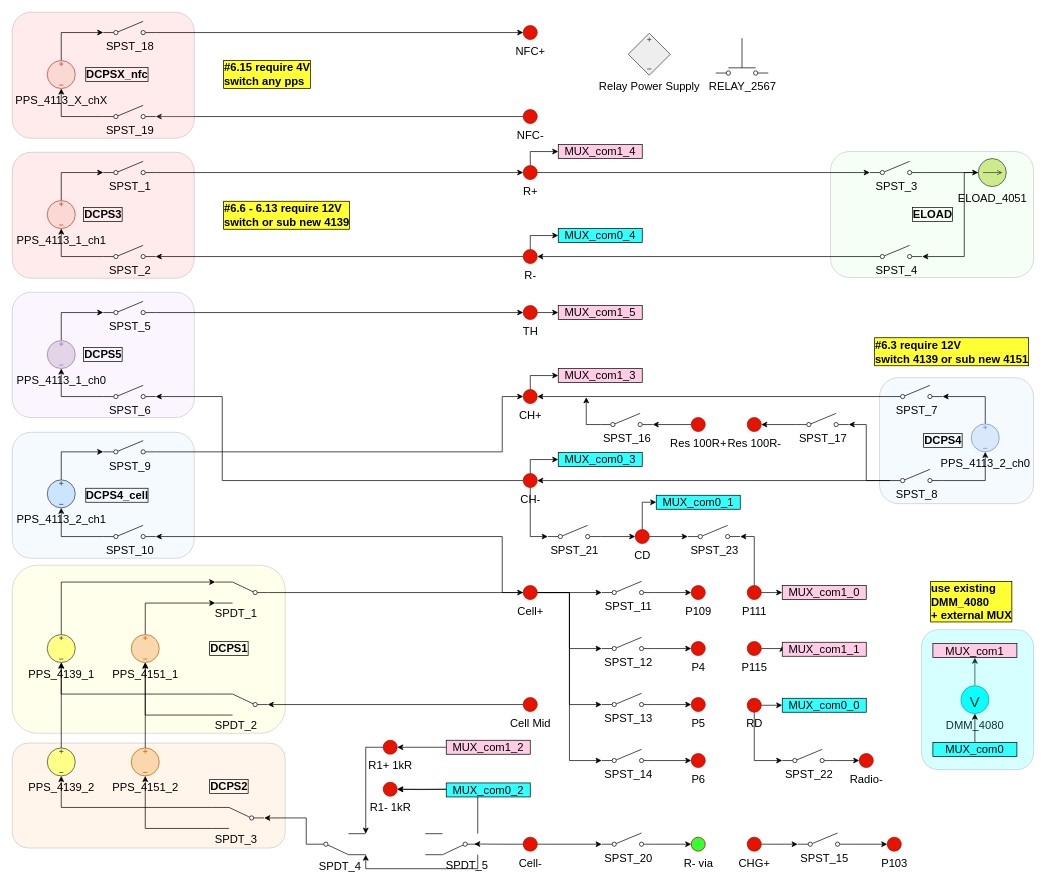
Before: BMS_device_B.drawio in ktlim-xy/draw-io, a draw.io diagram. Source tidied: cells renumbered, new cells numbered last; positions are measured from the earlier drawing's top-left corner, leaving out a move shared by most shapes. Both pictures are drawn from the tidied source at 70%, with x=0, y=0 at pixel (12, 12).
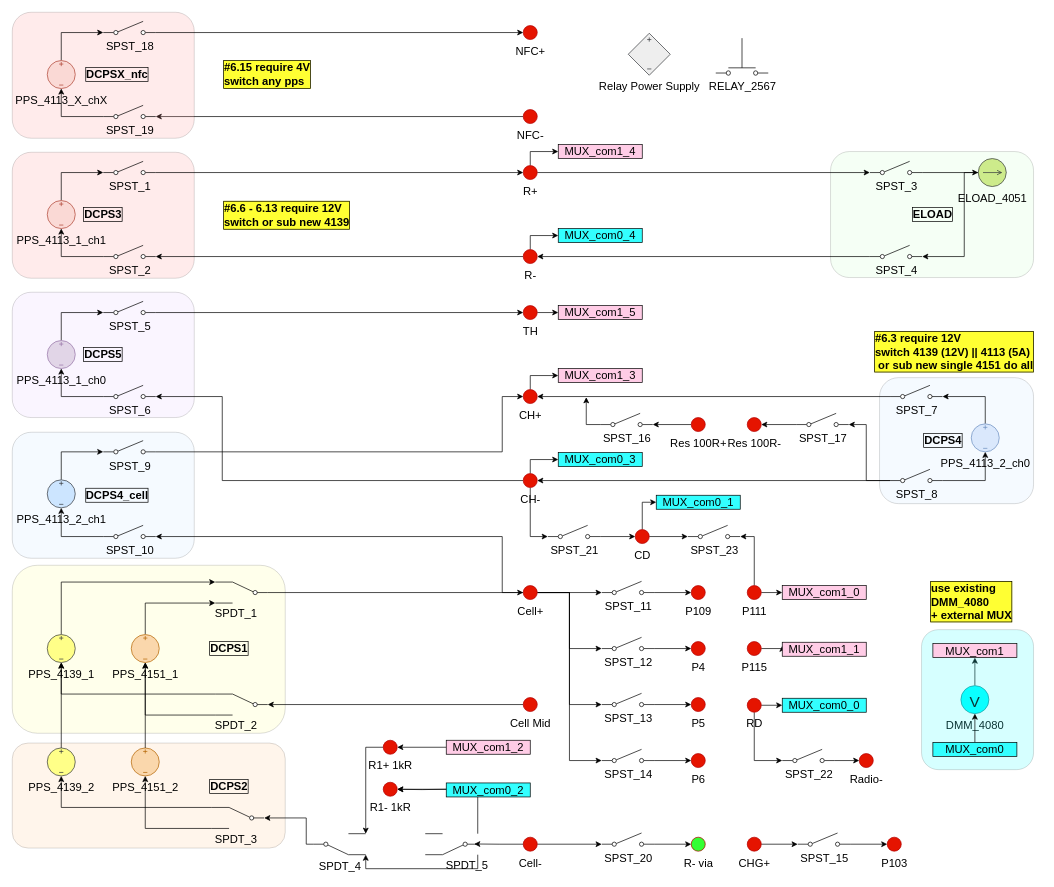
The same page after the edit.

What changed in the source:
```diff
@@
-    <mxCell id="160" value="#6.3 require 12V&lt;br&gt;switch 4139 or sub new 4151" style="text;html=1;whiteSpace=wrap;strokeColor=none;fillColor=none;align=left;verticalAlign=middle;rounded=0;fontStyle=1;fontColor=#000000;fontSize=16;labelBorderColor=default;labelBackgroundColor=#FFFF33;" parent="1" vertex="1">
+    <mxCell id="160" value="#6.3 require 12V&lt;br&gt;switch 4139 (12V) || 4113 (5A)&lt;br&gt;&amp;nbsp;or sub new single 4151 do all" style="text;html=1;whiteSpace=wrap;strokeColor=none;fillColor=none;align=left;verticalAlign=middle;rounded=0;fontStyle=1;fontColor=#000000;fontSize=16;labelBorderColor=default;labelBackgroundColor=#FFFF33;" parent="1" vertex="1">
       <mxGeometry x="1230" y="460" width="235" height="49" as="geometry" />
     </mxCell>
```
